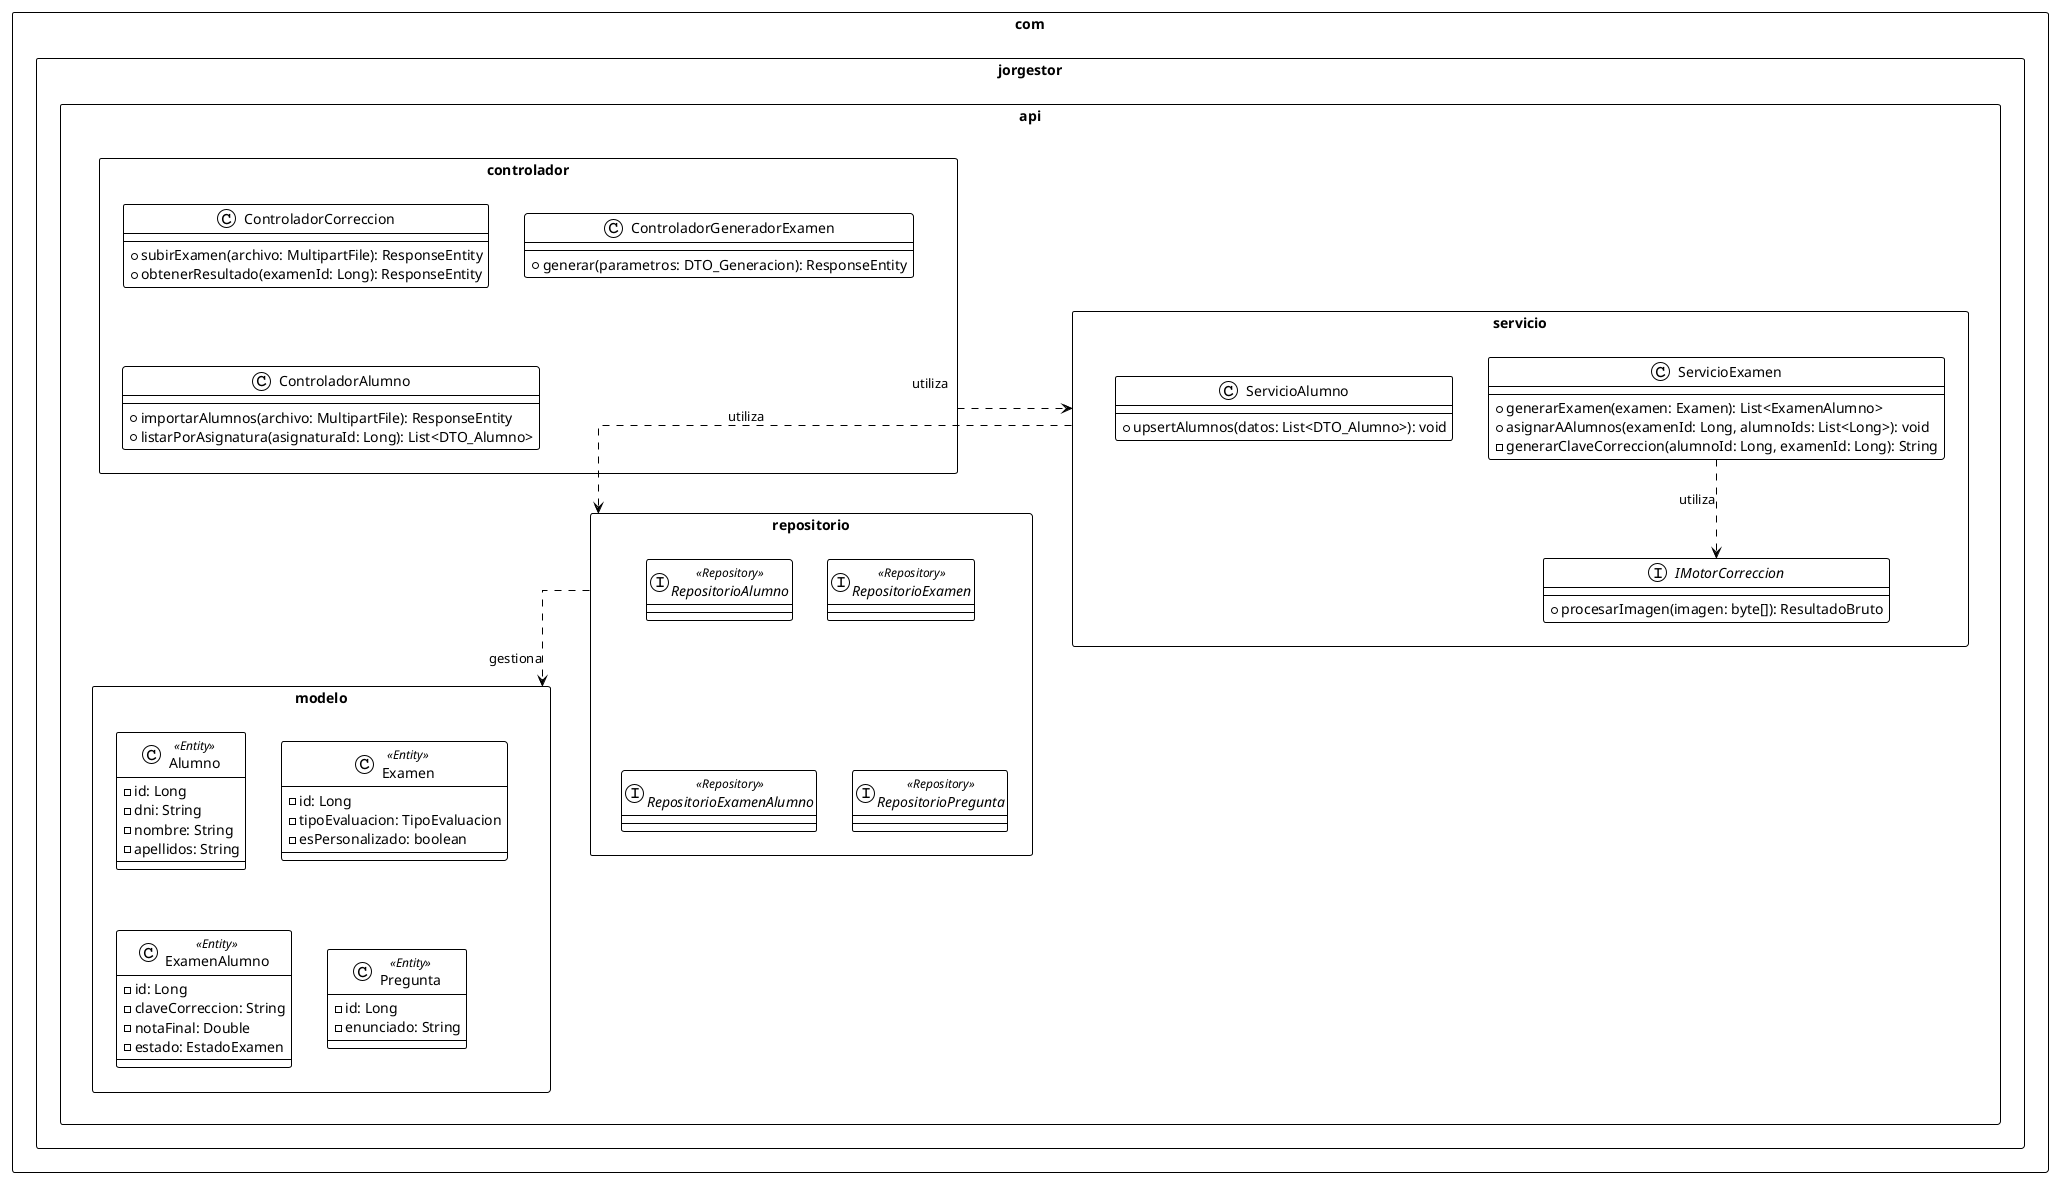
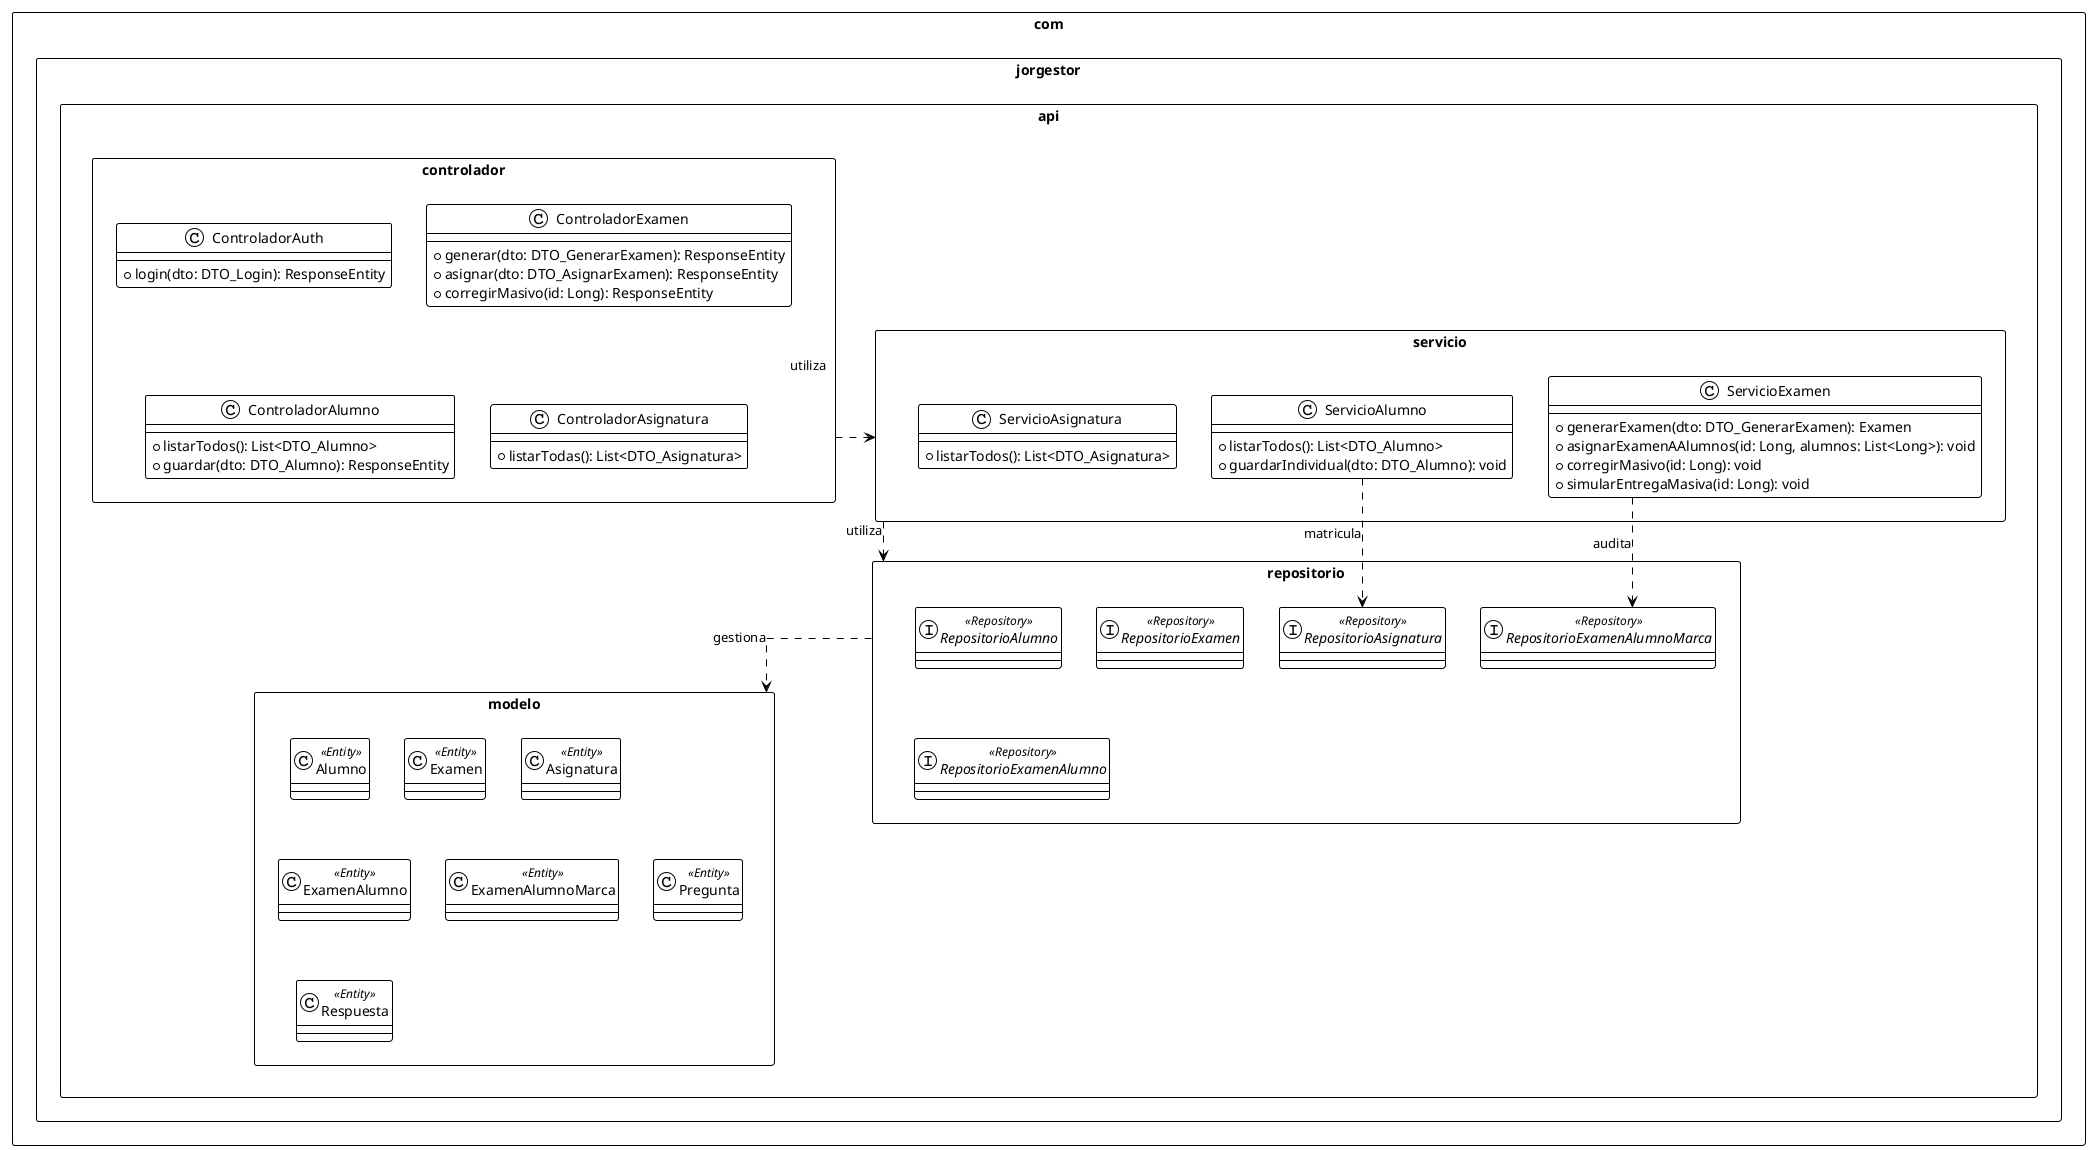
@startuml
!theme plain
skinparam Linetype ortho
skinparam packageStyle rectangle

package "com.jorgestor.api" {
    package "controlador" {
-         class ControladorCorreccion {
-             + subirExamen(archivo: MultipartFile): ResponseEntity
-             + obtenerResultado(examenId: Long): ResponseEntity
+         class ControladorAuth {
+             + login(dto: DTO_Login): ResponseEntity
        }
-         class ControladorGeneradorExamen {
-             + generar(parametros: DTO_Generacion): ResponseEntity
+         class ControladorExamen {
+             + generar(dto: DTO_GenerarExamen): ResponseEntity
+             + asignar(dto: DTO_AsignarExamen): ResponseEntity
+             + corregirMasivo(id: Long): ResponseEntity
        }
        class ControladorAlumno {
-             + importarAlumnos(archivo: MultipartFile): ResponseEntity
-             + listarPorAsignatura(asignaturaId: Long): List<DTO_Alumno>
+             + listarTodos(): List<DTO_Alumno>
+             + guardar(dto: DTO_Alumno): ResponseEntity
+         }
+         class ControladorAsignatura {
+             + listarTodas(): List<DTO_Asignatura>
        }
    }

    package "servicio" {
-         interface IMotorCorreccion {
-             + procesarImagen(imagen: byte[]): ResultadoBruto
-         }
- 
        class ServicioExamen {
-             + generarExamen(examen: Examen): List<ExamenAlumno>
-             + asignarAAlumnos(examenId: Long, alumnoIds: List<Long>): void
-             - generarClaveCorreccion(alumnoId: Long, examenId: Long): String
+             + generarExamen(dto: DTO_GenerarExamen): Examen
+             + asignarExamenAAlumnos(id: Long, alumnos: List<Long>): void
+             + corregirMasivo(id: Long): void
+             + simularEntregaMasiva(id: Long): void
        }

        class ServicioAlumno {
-             + upsertAlumnos(datos: List<DTO_Alumno>): void
+             + listarTodos(): List<DTO_Alumno>
+             + guardarIndividual(dto: DTO_Alumno): void
+         }
+ 
+         class ServicioAsignatura {
+             + listarTodos(): List<DTO_Asignatura>
        }
    }

    package "repositorio" {
        interface RepositorioAlumno <<Repository>>
        interface RepositorioExamen <<Repository>>
        interface RepositorioExamenAlumno <<Repository>>
-         interface RepositorioPregunta <<Repository>>
+         interface RepositorioAsignatura <<Repository>>
+         interface RepositorioExamenAlumnoMarca <<Repository>>
    }

    package "modelo" {
-         class Alumno <<Entity>> {
-             - id: Long
-             - dni: String
-             - nombre: String
-             - apellidos: String
-         }
-         class Examen <<Entity>> {
-             - id: Long
-             - tipoEvaluacion: TipoEvaluacion
-             - esPersonalizado: boolean
-         }
-         class ExamenAlumno <<Entity>> {
-             - id: Long
-             - claveCorreccion: String
-             - notaFinal: Double
-             - estado: EstadoExamen
-         }
-         class Pregunta <<Entity>> {
-             - id: Long
-             - enunciado: String
-         }
+         class Alumno <<Entity>>
+         class Examen <<Entity>>
+         class Asignatura <<Entity>>
+         class ExamenAlumno <<Entity>>
+         class ExamenAlumnoMarca <<Entity>>
+         class Pregunta <<Entity>>
+         class Respuesta <<Entity>>
    }
}

' Relaciones entre capas
controlador ..> servicio : utiliza
servicio ..> repositorio : utiliza
repositorio ..> modelo : gestiona

- ' Relaciones de herencia/implementación
- ServicioExamen ..> IMotorCorreccion : utiliza
+ ' Relaciones de colaboración
+ ServicioExamen ..> RepositorioExamenAlumnoMarca : audita
+ ServicioAlumno ..> RepositorioAsignatura : matricula
@enduml
